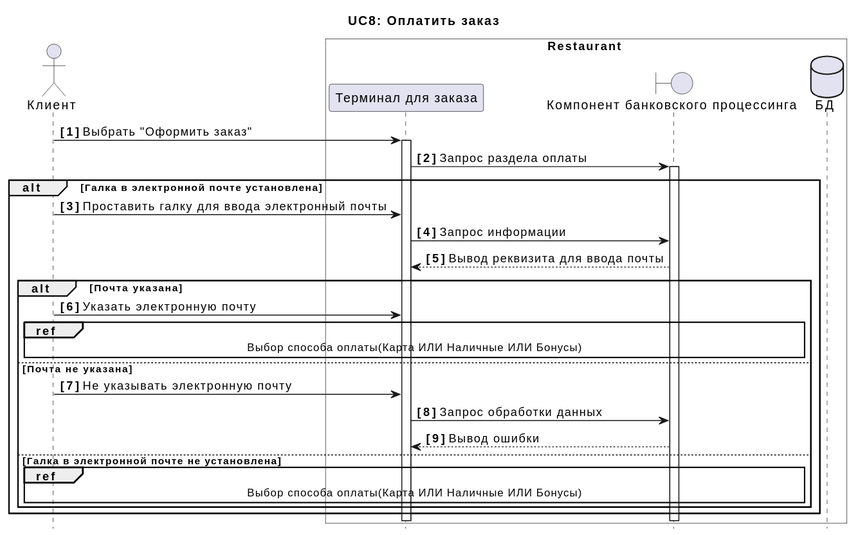
The PlantUML diagram docs/diagrams/include/UC8.svg in xxx996/OTUS_Restaraunt, before a commit.
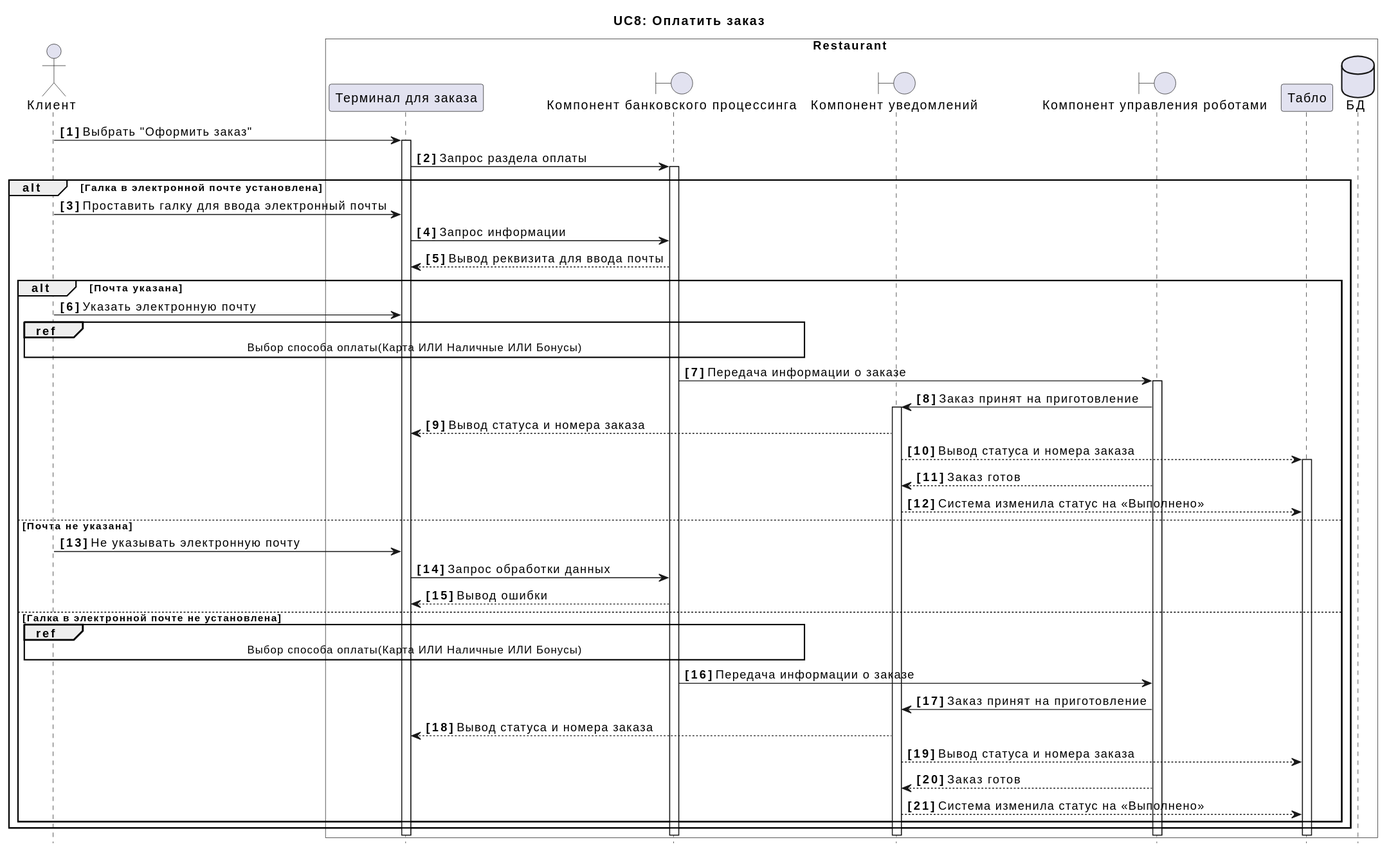
Above is the later version.

Diff of the diagram source:
```diff
@@ -5,6 +5,9 @@
 box Restaurant #Transparent
 participant  "Терминал для заказа" as A
 boundary "Компонент банковского процессинга" as B
+boundary "Компонент уведомлений" as U
+boundary "Компонент управления роботами" as R
+participant "Табло" as D
 dataBase "БД" as DB
 end box
 hide footbox
@@ -26,6 +29,13 @@
 
 ref over C, B:  Выбор способа оплаты(Карта ИЛИ Наличные ИЛИ Бонусы)
 
+B -> R++:  Передача информации о заказе
+R -> U++:  Заказ принят на приготовление
+U --> A:  Вывод статуса и номера заказа
+U --> D++:  Вывод статуса и номера заказа
+R --> U:  Заказ готов
+U --> D: Система изменила статус на «Выполнено»
+
 
 
 else Почта не указана
@@ -40,6 +50,13 @@
 
 ref over C, B:  Выбор способа оплаты(Карта ИЛИ Наличные ИЛИ Бонусы)
 
+B -> R:  Передача информации о заказе
+R -> U:  Заказ принят на приготовление
+U --> A:  Вывод статуса и номера заказа
+U --> D:  Вывод статуса и номера заказа
+R --> U:  Заказ готов
+U --> D: Система изменила статус на «Выполнено»
+
 
 
 end
```
